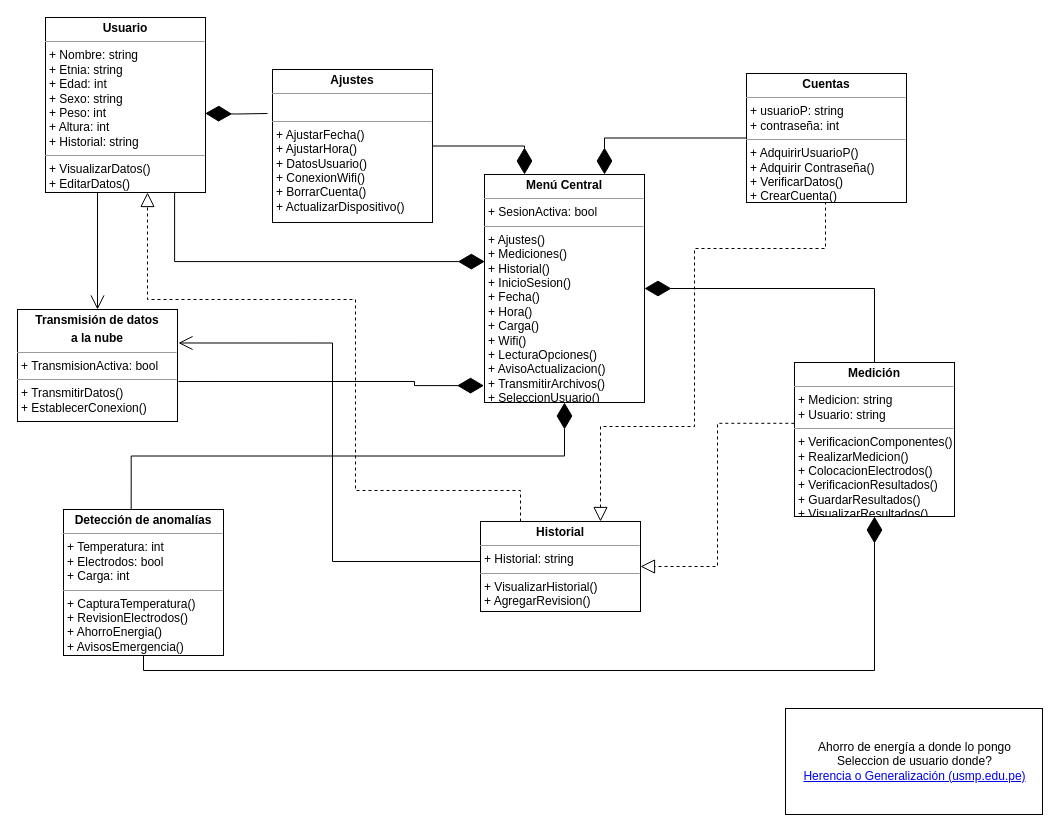
This is segunda_fase/Arquitecturas de software/DiagramaClases.drawio from Angeloib98/BIATRONIC, a draw.io file, before an edit. Source tidied: cells renumbered, new cells numbered last; positions are measured from the earlier drawing's top-left corner, leaving out a move shared by most shapes. Both pictures are drawn from the tidied source at 100%, with x=0, y=0 at pixel (17, 17).
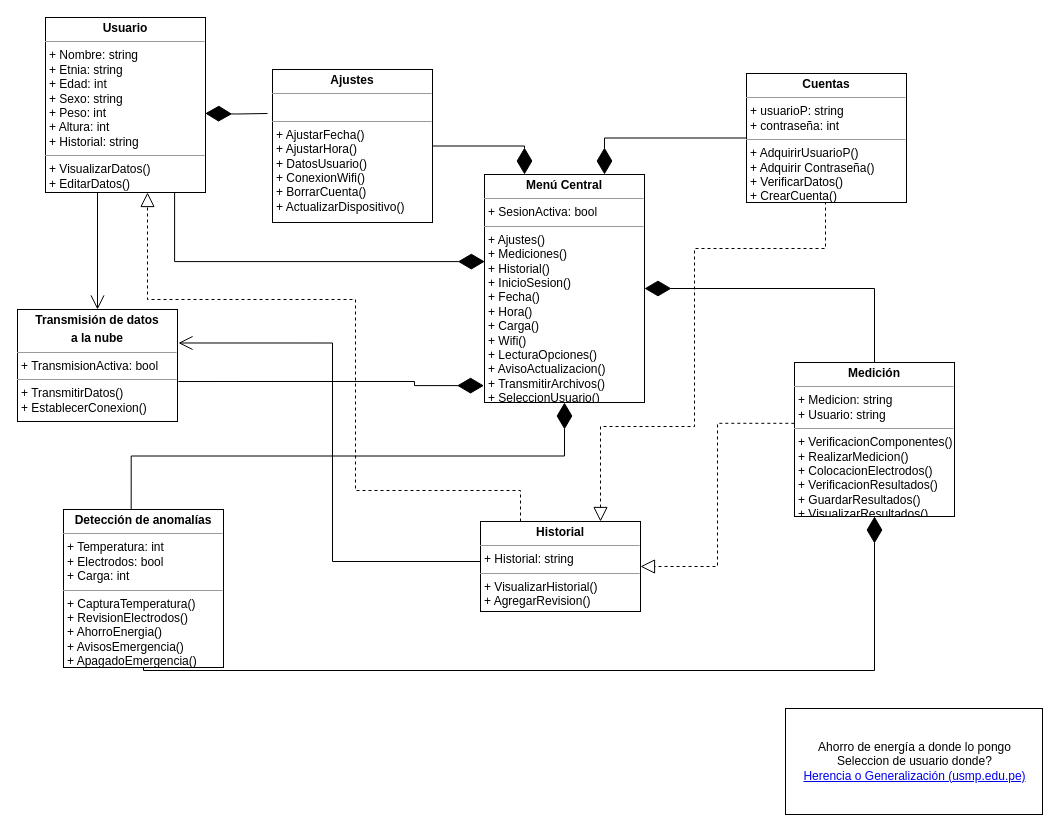
Above is the later version.

The edit, as a diff of the source:
```diff
@@
-    <mxCell id="9" value="&lt;p style=&quot;margin: 0px ; margin-top: 4px ; text-align: center&quot;&gt;&lt;b&gt;Detección de anomalías&lt;/b&gt;&lt;/p&gt;&lt;hr size=&quot;1&quot;&gt;&lt;p style=&quot;margin: 0px ; margin-left: 4px&quot;&gt;+ Temperatura: int&lt;/p&gt;&lt;p style=&quot;margin: 0px ; margin-left: 4px&quot;&gt;+ Electrodos: bool&lt;/p&gt;&lt;p style=&quot;margin: 0px ; margin-left: 4px&quot;&gt;+ Carga: int&lt;/p&gt;&lt;hr size=&quot;1&quot;&gt;&lt;p style=&quot;margin: 0px ; margin-left: 4px&quot;&gt;+ CapturaTemperatura()&lt;/p&gt;&lt;p style=&quot;margin: 0px ; margin-left: 4px&quot;&gt;+ RevisionElectrodos()&lt;/p&gt;&lt;p style=&quot;margin: 0px ; margin-left: 4px&quot;&gt;&lt;span&gt;+ AhorroEnergia()&lt;/span&gt;&lt;/p&gt;&lt;p style=&quot;margin: 0px ; margin-left: 4px&quot;&gt;&lt;span&gt;+ AvisosEmergencia()&lt;/span&gt;&lt;/p&gt;" style="verticalAlign=top;align=left;overflow=fill;fontSize=12;fontFamily=Helvetica;html=1;" parent="1" vertex="1">
-      <mxGeometry x="46" y="492" width="160" height="146" as="geometry" />
+    <mxCell id="9" value="&lt;p style=&quot;margin: 0px ; margin-top: 4px ; text-align: center&quot;&gt;&lt;b&gt;Detección de anomalías&lt;/b&gt;&lt;/p&gt;&lt;hr size=&quot;1&quot;&gt;&lt;p style=&quot;margin: 0px ; margin-left: 4px&quot;&gt;+ Temperatura: int&lt;/p&gt;&lt;p style=&quot;margin: 0px ; margin-left: 4px&quot;&gt;+ Electrodos: bool&lt;/p&gt;&lt;p style=&quot;margin: 0px ; margin-left: 4px&quot;&gt;+ Carga: int&lt;/p&gt;&lt;hr size=&quot;1&quot;&gt;&lt;p style=&quot;margin: 0px ; margin-left: 4px&quot;&gt;+ CapturaTemperatura()&lt;/p&gt;&lt;p style=&quot;margin: 0px ; margin-left: 4px&quot;&gt;+ RevisionElectrodos()&lt;/p&gt;&lt;p style=&quot;margin: 0px ; margin-left: 4px&quot;&gt;&lt;span&gt;+ AhorroEnergia()&lt;/span&gt;&lt;/p&gt;&lt;p style=&quot;margin: 0px ; margin-left: 4px&quot;&gt;&lt;span&gt;+ AvisosEmergencia()&lt;/span&gt;&lt;/p&gt;&lt;p style=&quot;margin: 0px ; margin-left: 4px&quot;&gt;&lt;span&gt;+ ApagadoEmergencia()&lt;/span&gt;&lt;/p&gt;" style="verticalAlign=top;align=left;overflow=fill;fontSize=12;fontFamily=Helvetica;html=1;" parent="1" vertex="1">
+      <mxGeometry x="46" y="492" width="160" height="158" as="geometry" />
     </mxCell>
```
